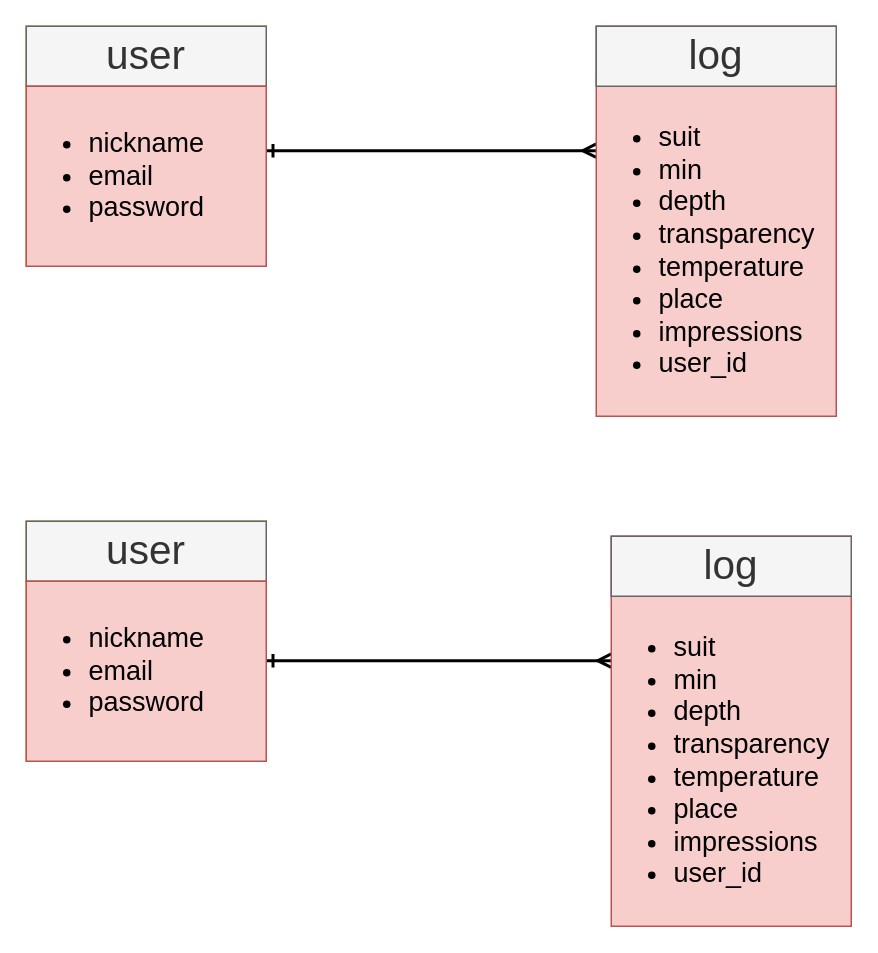
Earlier version of the draw.io diagram er.dio (02masaki/dive-new). Source tidied: cells renumbered, new cells numbered last; positions are measured from the earlier drawing's top-left corner, leaving out a move shared by most shapes. Both pictures are drawn from the tidied source at 150%, with x=0, y=0 at pixel (26, 26).
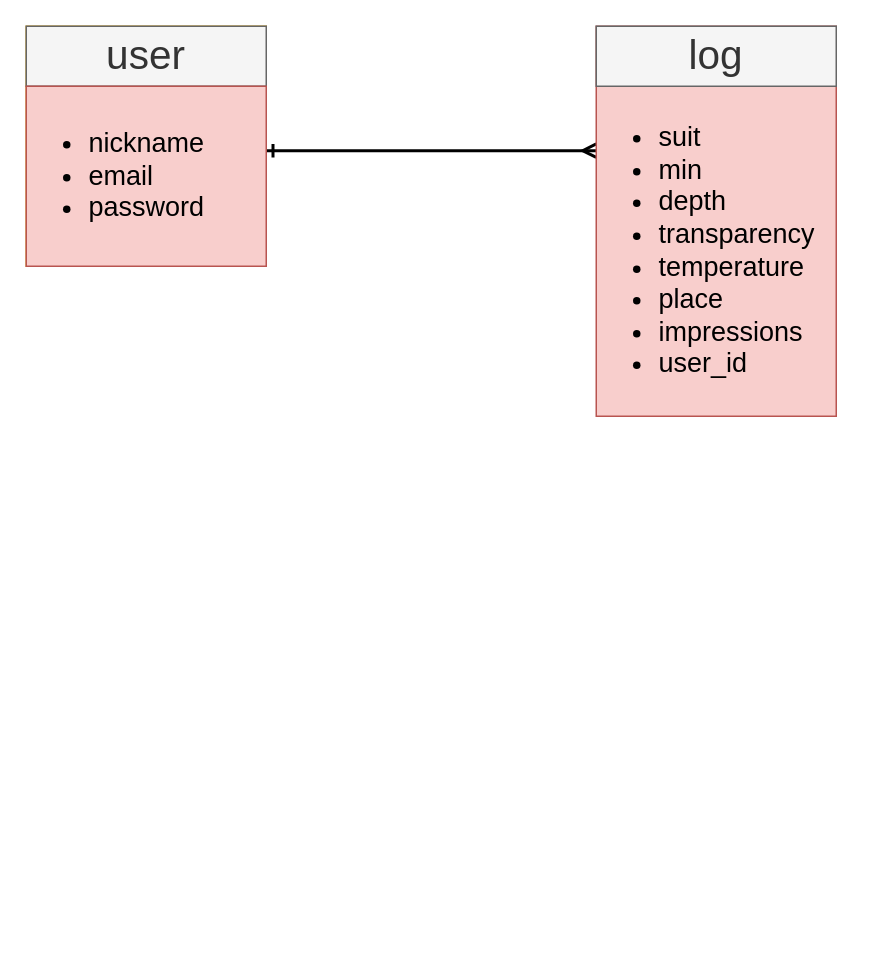
The same page after the edit.

Commit message (it also covers changes not shown here):
画像の挿入

Change to the diagram source:
```diff
@@
 <mxGraphModel>
   <root>
     <mxCell id="0" />
     <mxCell id="1" parent="0" />
     <mxCell id="2" style="edgeStyle=orthogonalEdgeStyle;rounded=0;jettySize=auto;html=1;startArrow=ERone;startFill=0;endArrow=ERmany;endFill=0;entryX=0.319;entryY=1;entryDx=0;entryDy=0;entryPerimeter=0;targetPerimeterSpacing=10;strokeWidth=2;" parent="1" edge="1" source="3" target="4">
       <mxGeometry relative="1" as="geometry">
         <Array as="points">
           <mxPoint x="260" y="83" />
           <mxPoint x="260" y="83" />
         </Array>
       </mxGeometry>
     </mxCell>
     <mxCell id="3" style="whiteSpace=wrap;html=1;fillColor=#ffe6cc;strokeColor=#d79b00;" parent="1" vertex="1">
       <mxGeometry width="160" height="160" as="geometry" />
     </mxCell>
     <mxCell id="4" style="rounded=0;whiteSpace=wrap;html=1;direction=south;fillColor=#f8cecc;strokeColor=#b85450;" parent="1" vertex="1">
       <mxGeometry x="380" width="160" height="260" as="geometry" />
     </mxCell>
     <mxCell id="5" value="user" style="text;html=1;strokeColor=#666666;fillColor=#f5f5f5;align=center;verticalAlign=middle;whiteSpace=wrap;rounded=0;fontColor=#333333;fontSize=27;" parent="1" vertex="1">
       <mxGeometry width="160" height="40" as="geometry" />
     </mxCell>
     <mxCell id="6" value="log" style="text;html=1;strokeColor=#666666;fillColor=#f5f5f5;align=center;verticalAlign=middle;whiteSpace=wrap;rounded=0;fontColor=#333333;fontSize=27;" parent="1" vertex="1">
       <mxGeometry x="380" width="160" height="40" as="geometry" />
     </mxCell>
     <mxCell id="7" value="&lt;ul style=&quot;font-size: 18px;&quot;&gt;&lt;li style=&quot;font-size: 18px;&quot;&gt;nickname&lt;/li&gt;&lt;li style=&quot;font-size: 18px;&quot;&gt;email&lt;/li&gt;&lt;li style=&quot;font-size: 18px;&quot;&gt;password&lt;/li&gt;&lt;/ul&gt;" style="text;html=1;whiteSpace=wrap;verticalAlign=middle;overflow=hidden;fillColor=#f8cecc;strokeColor=#b85450;fontColor=#000000;fontSize=18;" parent="1" vertex="1">
       <mxGeometry y="40" width="160" height="120" as="geometry" />
     </mxCell>
     <mxCell id="8" value="&lt;ul style=&quot;font-size: 18px&quot;&gt;&lt;li style=&quot;font-size: 18px&quot;&gt;suit&lt;/li&gt;&lt;li style=&quot;font-size: 18px&quot;&gt;min&lt;/li&gt;&lt;li style=&quot;font-size: 18px&quot;&gt;depth&lt;/li&gt;&lt;li style=&quot;font-size: 18px&quot;&gt;transparency&lt;/li&gt;&lt;li style=&quot;font-size: 18px&quot;&gt;temperature&lt;/li&gt;&lt;li style=&quot;font-size: 18px&quot;&gt;place&lt;/li&gt;&lt;li style=&quot;font-size: 18px&quot;&gt;impressions&lt;/li&gt;&lt;li style=&quot;font-size: 18px&quot;&gt;user_id&lt;/li&gt;&lt;/ul&gt;" style="text;strokeColor=none;fillColor=none;html=1;whiteSpace=wrap;verticalAlign=middle;overflow=hidden;fontSize=18;fontColor=#000000;" parent="1" vertex="1">
       <mxGeometry x="380" y="40" width="160" height="220" as="geometry" />
     </mxCell>
-    <mxCell id="9" style="edgeStyle=orthogonalEdgeStyle;rounded=0;jettySize=auto;html=1;startArrow=ERone;startFill=0;endArrow=ERmany;endFill=0;entryX=0.319;entryY=1;entryDx=0;entryDy=0;entryPerimeter=0;targetPerimeterSpacing=10;strokeWidth=2;" parent="1" edge="1" source="10" target="11">
-      <mxGeometry relative="1" as="geometry">
-        <Array as="points">
-          <mxPoint x="270" y="423" />
-          <mxPoint x="270" y="423" />
-        </Array>
-      </mxGeometry>
-    </mxCell>
-    <mxCell id="10" style="whiteSpace=wrap;html=1;fillColor=#ffe6cc;strokeColor=#d79b00;" parent="1" vertex="1">
-      <mxGeometry y="330" width="160" height="160" as="geometry" />
-    </mxCell>
-    <mxCell id="11" style="rounded=0;whiteSpace=wrap;html=1;direction=south;fillColor=#f8cecc;strokeColor=#b85450;" parent="1" vertex="1">
-      <mxGeometry x="390" y="340" width="160" height="260" as="geometry" />
-    </mxCell>
-    <mxCell id="12" value="user" style="text;html=1;strokeColor=#666666;fillColor=#f5f5f5;align=center;verticalAlign=middle;whiteSpace=wrap;rounded=0;fontColor=#333333;fontSize=27;" parent="1" vertex="1">
-      <mxGeometry y="330" width="160" height="40" as="geometry" />
-    </mxCell>
-    <mxCell id="13" value="log" style="text;html=1;strokeColor=#666666;fillColor=#f5f5f5;align=center;verticalAlign=middle;whiteSpace=wrap;rounded=0;fontColor=#333333;fontSize=27;" parent="1" vertex="1">
-      <mxGeometry x="390" y="340" width="160" height="40" as="geometry" />
-    </mxCell>
-    <mxCell id="14" value="&lt;ul style=&quot;font-size: 18px;&quot;&gt;&lt;li style=&quot;font-size: 18px;&quot;&gt;nickname&lt;/li&gt;&lt;li style=&quot;font-size: 18px;&quot;&gt;email&lt;/li&gt;&lt;li style=&quot;font-size: 18px;&quot;&gt;password&lt;/li&gt;&lt;/ul&gt;" style="text;html=1;whiteSpace=wrap;verticalAlign=middle;overflow=hidden;fillColor=#f8cecc;strokeColor=#b85450;fontColor=#000000;fontSize=18;" parent="1" vertex="1">
-      <mxGeometry y="370" width="160" height="120" as="geometry" />
-    </mxCell>
-    <mxCell id="15" value="&lt;ul style=&quot;font-size: 18px&quot;&gt;&lt;li style=&quot;font-size: 18px&quot;&gt;suit&lt;/li&gt;&lt;li style=&quot;font-size: 18px&quot;&gt;min&lt;/li&gt;&lt;li style=&quot;font-size: 18px&quot;&gt;depth&lt;/li&gt;&lt;li style=&quot;font-size: 18px&quot;&gt;transparency&lt;/li&gt;&lt;li style=&quot;font-size: 18px&quot;&gt;temperature&lt;/li&gt;&lt;li style=&quot;font-size: 18px&quot;&gt;place&lt;/li&gt;&lt;li style=&quot;font-size: 18px&quot;&gt;impressions&lt;/li&gt;&lt;li style=&quot;font-size: 18px&quot;&gt;user_id&lt;/li&gt;&lt;/ul&gt;" style="text;strokeColor=none;fillColor=none;html=1;whiteSpace=wrap;verticalAlign=middle;overflow=hidden;fontSize=18;fontColor=#000000;" parent="1" vertex="1">
-      <mxGeometry x="390" y="380" width="160" height="220" as="geometry" />
-    </mxCell>
   </root>
 </mxGraphModel>
```
